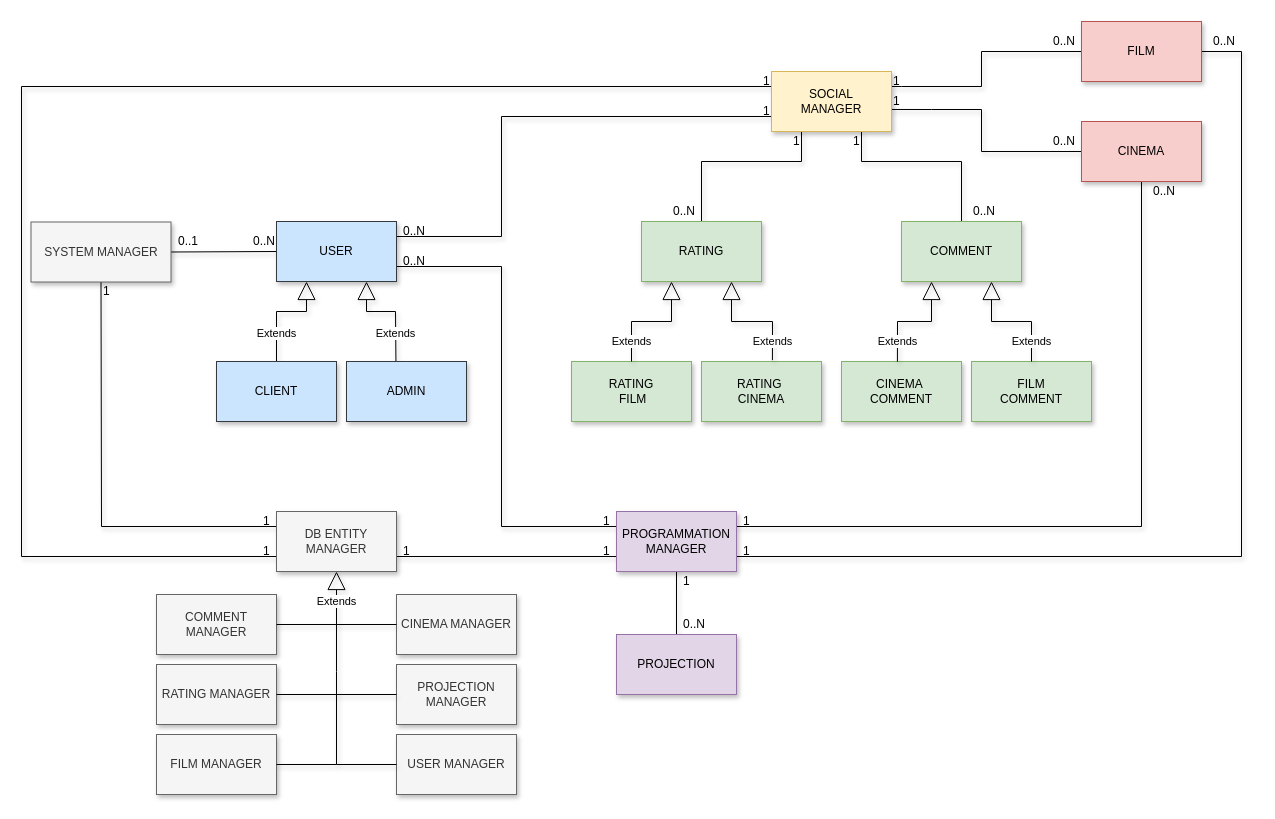
Above: Task1/Class diagram.drawio in unipi-fr/LargeScaleMultiStructureDatabases (draw.io), before the change. Source tidied: cells renumbered, new cells numbered last; positions are measured from the earlier drawing's top-left corner, leaving out a move shared by most shapes. Both pictures are drawn from the tidied source at 100%, with x=0, y=0 at pixel (21, 21).
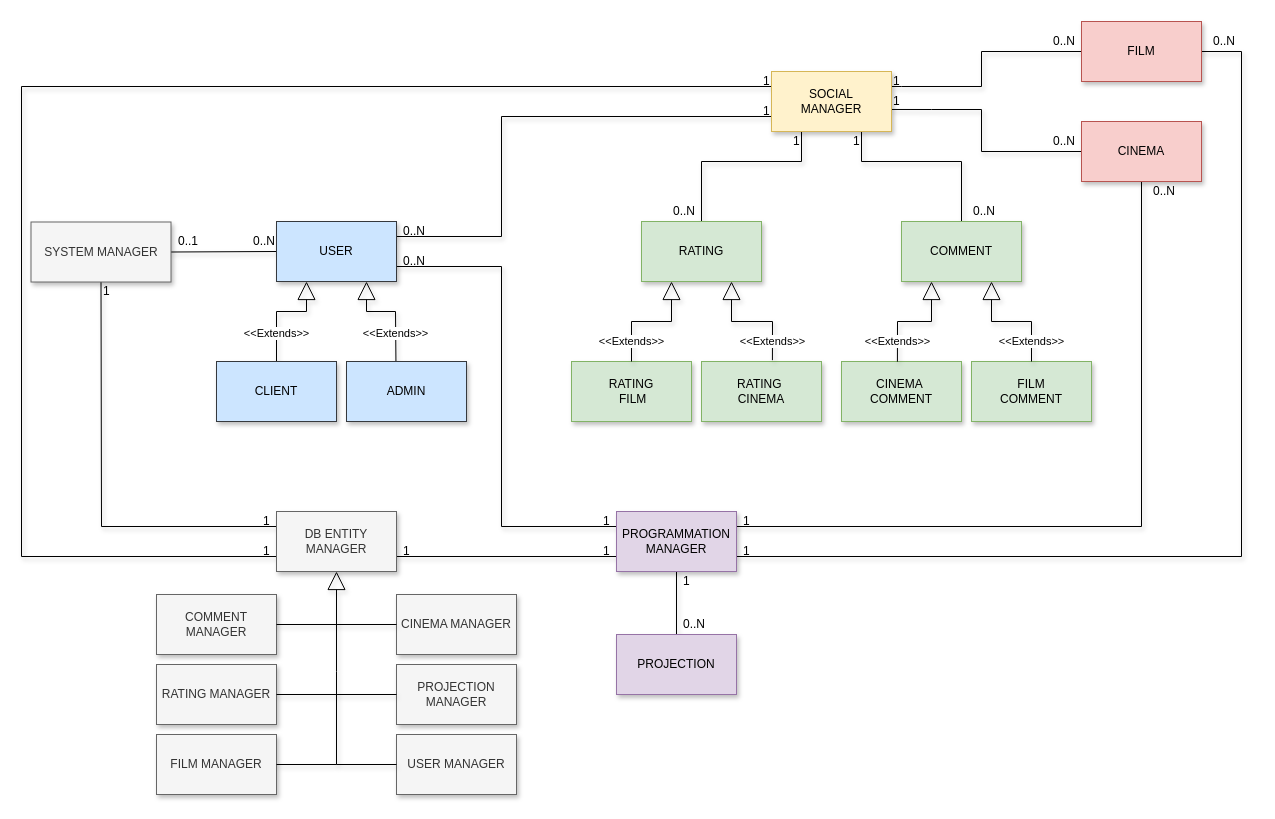
The same diagram, later.

The change refers to these unchanged cells:
```xml
<mxCell id="2" value="FILM &lt;br&gt;COMMENT" style="rounded=0;whiteSpace=wrap;html=1;fillColor=#d5e8d4;strokeColor=#82b366;shadow=1;" parent="1" vertex="1">
  <mxGeometry x="950" y="340" width="120" height="60" as="geometry" />
</mxCell>
<mxCell id="3" value="CINEMA&amp;nbsp;&lt;br&gt;COMMENT" style="rounded=0;whiteSpace=wrap;html=1;fillColor=#d5e8d4;strokeColor=#82b366;shadow=1;" parent="1" vertex="1">
  <mxGeometry x="820" y="340" width="120" height="60" as="geometry" />
</mxCell>
<mxCell id="4" value="RATING&amp;nbsp;&lt;br&gt;CINEMA" style="rounded=0;whiteSpace=wrap;html=1;fillColor=#d5e8d4;strokeColor=#82b366;shadow=1;" parent="1" vertex="1">
  <mxGeometry x="680" y="340" width="120" height="60" as="geometry" />
</mxCell>
<mxCell id="5" value="RATING&lt;br&gt;&amp;nbsp;FILM" style="rounded=0;whiteSpace=wrap;html=1;fillColor=#d5e8d4;strokeColor=#82b366;shadow=1;" parent="1" vertex="1">
  <mxGeometry x="550" y="340" width="120" height="60" as="geometry" />
</mxCell>
<mxCell id="55" value="COMMENT" style="rounded=0;whiteSpace=wrap;html=1;fillColor=#d5e8d4;strokeColor=#82b366;shadow=1;" parent="1" vertex="1">
  <mxGeometry x="880" y="200" width="120" height="60" as="geometry" />
</mxCell>
<mxCell id="56" value="RATING" style="rounded=0;whiteSpace=wrap;html=1;fillColor=#d5e8d4;strokeColor=#82b366;shadow=1;" parent="1" vertex="1">
  <mxGeometry x="620" y="200" width="120" height="60" as="geometry" />
</mxCell>
<mxCell id="58" value="ADMIN" style="rounded=0;whiteSpace=wrap;html=1;fillColor=#cce5ff;strokeColor=#36393d;shadow=1;" parent="1" vertex="1">
  <mxGeometry x="325" y="340" width="120" height="60" as="geometry" />
</mxCell>
<mxCell id="59" value="CLIENT" style="rounded=0;whiteSpace=wrap;html=1;fillColor=#cce5ff;strokeColor=#36393d;shadow=1;" parent="1" vertex="1">
  <mxGeometry x="195" y="340" width="120" height="60" as="geometry" />
</mxCell>
<mxCell id="60" value="USER" style="rounded=0;whiteSpace=wrap;html=1;fillColor=#cce5ff;strokeColor=#36393d;shadow=1;" parent="1" vertex="1">
  <mxGeometry x="255" y="200" width="120" height="60" as="geometry" />
</mxCell>
<mxCell id="62" value="DB ENTITY MANAGER" style="rounded=0;whiteSpace=wrap;html=1;fillColor=#f5f5f5;strokeColor=#666666;shadow=1;fontColor=#333333;" parent="1" vertex="1">
  <mxGeometry x="255" y="490" width="120" height="60" as="geometry" />
</mxCell>
<mxCell id="67" value="FILM MANAGER" style="rounded=0;whiteSpace=wrap;html=1;fillColor=#f5f5f5;strokeColor=#666666;shadow=1;fontColor=#333333;" parent="1" vertex="1">
  <mxGeometry x="135" y="713" width="120" height="60" as="geometry" />
</mxCell>
```

The edit, as a diff of the source:
```diff
@@
-    <mxCell id="8" value="Extends" style="endArrow=block;endSize=16;endFill=0;html=1;exitX=0.5;exitY=0;exitDx=0;exitDy=0;entryX=0.25;entryY=1;entryDx=0;entryDy=0;shadow=1;rounded=0;" parent="1" edge="1" source="59" target="60">
+    <mxCell id="8" value="&amp;lt;&amp;lt;Extends&amp;gt;&amp;gt;" style="endArrow=block;endSize=16;endFill=0;html=1;exitX=0.5;exitY=0;exitDx=0;exitDy=0;entryX=0.25;entryY=1;entryDx=0;entryDy=0;shadow=1;rounded=0;" parent="1" edge="1" source="59" target="60">
       <mxGeometry x="-0.5" relative="1" as="geometry">
         <Array as="points">
           <mxPoint x="255" y="290" />
           <mxPoint x="285" y="290" />
         </Array>
       </mxGeometry>
     </mxCell>
-    <mxCell id="9" value="Extends" style="endArrow=block;endSize=16;endFill=0;html=1;entryX=0.75;entryY=1;entryDx=0;entryDy=0;exitX=0.412;exitY=0.006;exitDx=0;exitDy=0;exitPerimeter=0;shadow=1;rounded=0;" parent="1" edge="1" source="58" target="60">
+    <mxCell id="9" value="&amp;lt;&amp;lt;Extends&amp;gt;&amp;gt;" style="endArrow=block;endSize=16;endFill=0;html=1;entryX=0.75;entryY=1;entryDx=0;entryDy=0;exitX=0.412;exitY=0.006;exitDx=0;exitDy=0;exitPerimeter=0;shadow=1;rounded=0;" parent="1" edge="1" source="58" target="60">
       <mxGeometry x="-0.49" relative="1" as="geometry">
         <Array as="points">
           <mxPoint x="374" y="290" />
           <mxPoint x="345" y="290" />
         </Array>
       </mxGeometry>
     </mxCell>
-    <mxCell id="10" value="Extends" style="endArrow=block;endSize=16;endFill=0;html=1;entryX=0.25;entryY=1;entryDx=0;entryDy=0;exitX=0.5;exitY=0;exitDx=0;exitDy=0;shadow=1;rounded=0;" parent="1" edge="1" source="5" target="56">
+    <mxCell id="10" value="&amp;lt;&amp;lt;Extends&amp;gt;&amp;gt;" style="endArrow=block;endSize=16;endFill=0;html=1;entryX=0.25;entryY=1;entryDx=0;entryDy=0;exitX=0.5;exitY=0;exitDx=0;exitDy=0;shadow=1;rounded=0;" parent="1" edge="1" source="5" target="56">
       <mxGeometry x="-0.67" relative="1" as="geometry">
         <Array as="points">
           <mxPoint x="610" y="300" />
           <mxPoint x="650" y="300" />
         </Array>
       </mxGeometry>
     </mxCell>
-    <mxCell id="11" value="Extends" style="endArrow=block;endSize=16;endFill=0;html=1;entryX=0.75;entryY=1;entryDx=0;entryDy=0;exitX=0.591;exitY=-0.022;exitDx=0;exitDy=0;exitPerimeter=0;shadow=1;rounded=0;" parent="1" edge="1" source="4" target="56">
+    <mxCell id="11" value="&amp;lt;&amp;lt;Extends&amp;gt;&amp;gt;" style="endArrow=block;endSize=16;endFill=0;html=1;entryX=0.75;entryY=1;entryDx=0;entryDy=0;exitX=0.591;exitY=-0.022;exitDx=0;exitDy=0;exitPerimeter=0;shadow=1;rounded=0;" parent="1" edge="1" source="4" target="56">
       <mxGeometry x="-0.69" relative="1" as="geometry">
         <Array as="points">
           <mxPoint x="751" y="300" />
           <mxPoint x="710" y="300" />
         </Array>
       </mxGeometry>
     </mxCell>
-    <mxCell id="12" value="Extends" style="endArrow=block;endSize=16;endFill=0;html=1;exitX=0.466;exitY=0.003;exitDx=0;exitDy=0;exitPerimeter=0;shadow=1;rounded=0;entryX=0.25;entryY=1;entryDx=0;entryDy=0;" parent="1" edge="1" source="3" target="55">
+    <mxCell id="12" value="&amp;lt;&amp;lt;Extends&amp;gt;&amp;gt;" style="endArrow=block;endSize=16;endFill=0;html=1;exitX=0.466;exitY=0.003;exitDx=0;exitDy=0;exitPerimeter=0;shadow=1;rounded=0;entryX=0.25;entryY=1;entryDx=0;entryDy=0;" parent="1" edge="1" source="3" target="55">
       <mxGeometry x="-0.65" relative="1" as="geometry">
         <Array as="points">
           <mxPoint x="876" y="300" />
           <mxPoint x="910" y="300" />
         </Array>
       </mxGeometry>
     </mxCell>
-    <mxCell id="13" value="Extends" style="endArrow=block;endSize=16;endFill=0;html=1;entryX=0.75;entryY=1;entryDx=0;entryDy=0;exitX=0.5;exitY=0;exitDx=0;exitDy=0;shadow=1;rounded=0;" parent="1" edge="1" source="2" target="55">
+    <mxCell id="13" value="&amp;lt;&amp;lt;Extends&amp;gt;&amp;gt;" style="endArrow=block;endSize=16;endFill=0;html=1;entryX=0.75;entryY=1;entryDx=0;entryDy=0;exitX=0.5;exitY=0;exitDx=0;exitDy=0;shadow=1;rounded=0;" parent="1" edge="1" source="2" target="55">
       <mxGeometry x="-0.67" relative="1" as="geometry">
         <Array as="points">
           <mxPoint x="1010" y="300" />
           <mxPoint x="970" y="300" />
         </Array>
       </mxGeometry>
     </mxCell>
@@
-    <mxCell id="69" value="Extends" style="endArrow=block;endSize=16;endFill=0;html=1;entryX=0.5;entryY=1;entryDx=0;entryDy=0;shadow=1;rounded=0;exitX=1;exitY=0.5;exitDx=0;exitDy=0;" parent="1" edge="1" source="67" target="62">
+    <mxCell id="69" style="endArrow=block;endSize=16;endFill=0;html=1;entryX=0.5;entryY=1;entryDx=0;entryDy=0;shadow=1;rounded=0;exitX=1;exitY=0.5;exitDx=0;exitDy=0;" parent="1" edge="1" source="67" target="62">
       <mxGeometry x="0.76" relative="1" as="geometry">
         <Array as="points">
           <mxPoint x="315" y="743" />
           <mxPoint x="315" y="650" />
         </Array>
       </mxGeometry>
     </mxCell>
```
